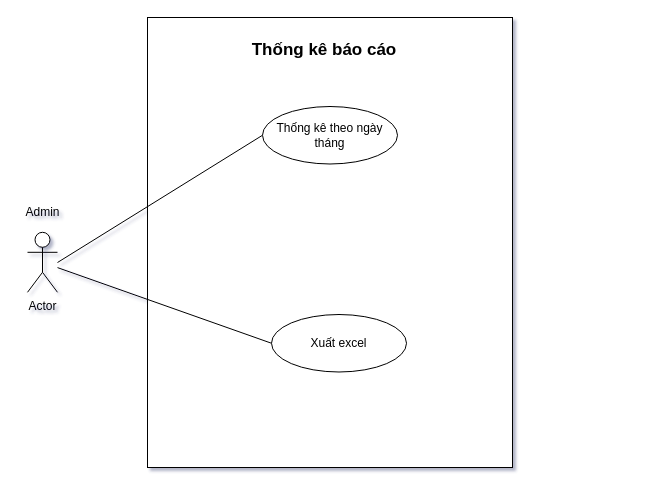
VoHoangDai/CNPM keeps this draw.io diagram as Quanlysanpham_thongke/Thống kê/Usecase/Untitled Diagram.drawio. Above is the earlier version. Source tidied: cells renumbered, new cells numbered last; positions are measured from the earlier drawing's top-left corner, leaving out a move shared by most shapes. Both pictures are drawn from the tidied source at 100%, with x=0, y=0 at pixel (17, 17).
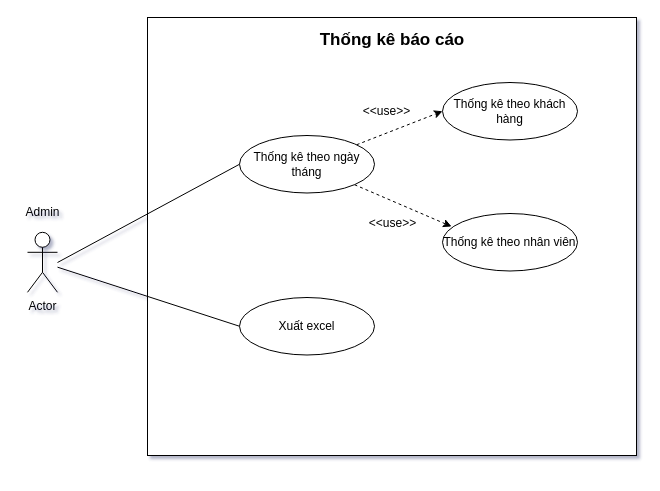
The same diagram, later.

Diff of the diagram source:
```diff
@@
 <mxGraphModel shadow="1">
   <root>
     <mxCell id="0" />
     <mxCell id="1" parent="0" />
     <mxCell id="2" style="rounded=0;whiteSpace=wrap;html=1;" parent="1" vertex="1">
-      <mxGeometry x="130" width="365" height="450" as="geometry" />
+      <mxGeometry x="130" width="489" height="438" as="geometry" />
     </mxCell>
     <mxCell id="3" style="rounded=0;jettySize=auto;html=1;entryX=0;entryY=0.5;entryDx=0;entryDy=0;endArrow=none;endFill=0;" parent="1" edge="1" source="5" target="7">
       <mxGeometry relative="1" as="geometry" />
     </mxCell>
     <mxCell id="4" style="rounded=0;jettySize=auto;html=1;entryX=0;entryY=0.5;entryDx=0;entryDy=0;endArrow=none;endFill=0;" parent="1" edge="1" target="6">
       <mxGeometry relative="1" as="geometry">
         <mxPoint x="40" y="245" as="sourcePoint" />
       </mxGeometry>
     </mxCell>
     <mxCell id="5" value="Actor" style="shape=umlActor;verticalLabelPosition=bottom;verticalAlign=top;html=1;outlineConnect=0;" parent="1" vertex="1">
       <mxGeometry x="10" y="214.8" width="30" height="60" as="geometry" />
     </mxCell>
+    <mxCell id="10" style="rounded=0;jettySize=auto;html=1;entryX=0.067;entryY=0.226;entryDx=0;entryDy=0;entryPerimeter=0;dashed=1;" parent="1" edge="1" source="6" target="12">
+      <mxGeometry relative="1" as="geometry" />
+    </mxCell>
+    <mxCell id="11" style="edgeStyle=none;rounded=0;jettySize=auto;html=1;entryX=0;entryY=0.5;entryDx=0;entryDy=0;dashed=1;" parent="1" edge="1" source="6" target="13">
+      <mxGeometry relative="1" as="geometry" />
+    </mxCell>
     <mxCell id="6" value="Thống kê theo ngày tháng" style="ellipse;whiteSpace=wrap;html=1;" parent="1" vertex="1">
-      <mxGeometry x="245" y="89" width="135" height="57.5" as="geometry" />
+      <mxGeometry x="222" y="118" width="135" height="57.5" as="geometry" />
     </mxCell>
     <mxCell id="7" value="Xuất excel" style="ellipse;whiteSpace=wrap;html=1;" parent="1" vertex="1">
-      <mxGeometry x="254" y="297" width="135" height="57.5" as="geometry" />
+      <mxGeometry x="222" y="280" width="135" height="57.5" as="geometry" />
     </mxCell>
     <mxCell id="8" value="&lt;b&gt;&lt;font style=&quot;font-size: 17px&quot;&gt;Thống kê báo cáo&lt;/font&gt;&lt;/b&gt;" style="text;html=1;strokeColor=none;fillColor=none;align=center;verticalAlign=middle;whiteSpace=wrap;rounded=0;" parent="1" vertex="1">
-      <mxGeometry x="218" y="18" width="177.5" height="30" as="geometry" />
+      <mxGeometry x="285.8" y="8" width="177.5" height="30" as="geometry" />
     </mxCell>
     <mxCell id="9" value="Admin" style="text;html=1;align=center;verticalAlign=middle;strokeColor=none;fillColor=none;" parent="1" vertex="1">
       <mxGeometry y="184.8" width="50" height="20" as="geometry" />
     </mxCell>
+    <mxCell id="12" value="Thống kê theo nhân viên" style="ellipse;whiteSpace=wrap;html=1;" parent="1" vertex="1">
+      <mxGeometry x="425" y="196" width="135" height="57.5" as="geometry" />
+    </mxCell>
+    <mxCell id="13" value="Thống kê theo khách hàng" style="ellipse;whiteSpace=wrap;html=1;" parent="1" vertex="1">
+      <mxGeometry x="425" y="65" width="135" height="57.5" as="geometry" />
+    </mxCell>
+    <mxCell id="14" value="&amp;lt;&amp;lt;use&amp;gt;&amp;gt;" style="text;html=1;align=center;verticalAlign=middle;strokeColor=none;fillColor=none;" parent="1" vertex="1">
+      <mxGeometry x="340" y="84.8" width="57" height="18" as="geometry" />
+    </mxCell>
+    <mxCell id="15" value="&amp;lt;&amp;lt;use&amp;gt;&amp;gt;" style="text;html=1;align=center;verticalAlign=middle;strokeColor=none;fillColor=none;" parent="1" vertex="1">
+      <mxGeometry x="346" y="196.8" width="57" height="18" as="geometry" />
+    </mxCell>
   </root>
 </mxGraphModel>
```
